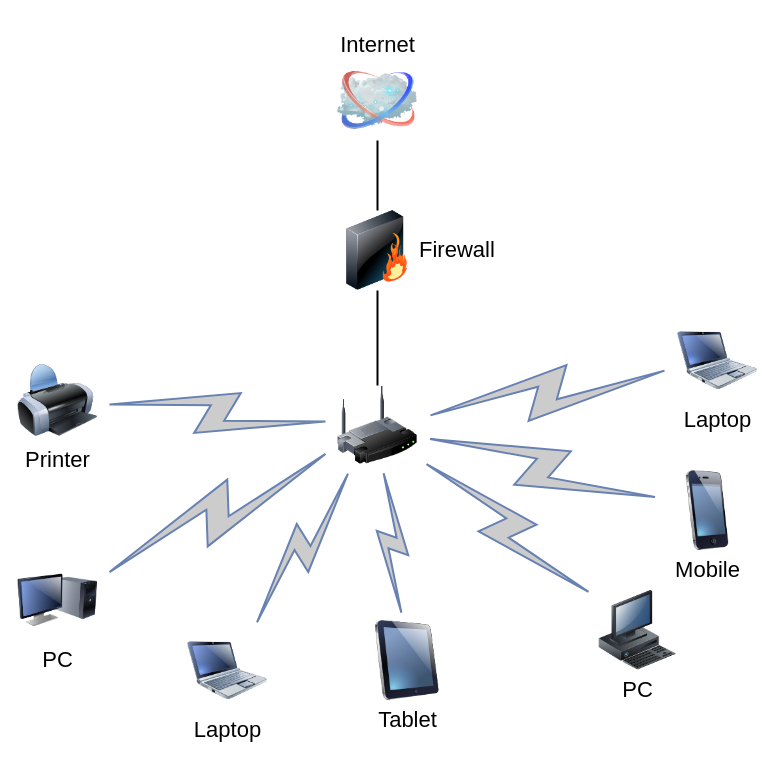
Before: Untitled Diagram.drawio in ASlob/devops-netology, a draw.io diagram. Source tidied: cells renumbered, new cells numbered last; positions are measured from the earlier drawing's top-left corner, leaving out a move shared by most shapes. Both pictures are drawn from the tidied source at 100%, with x=0, y=0 at pixel (17, 60).
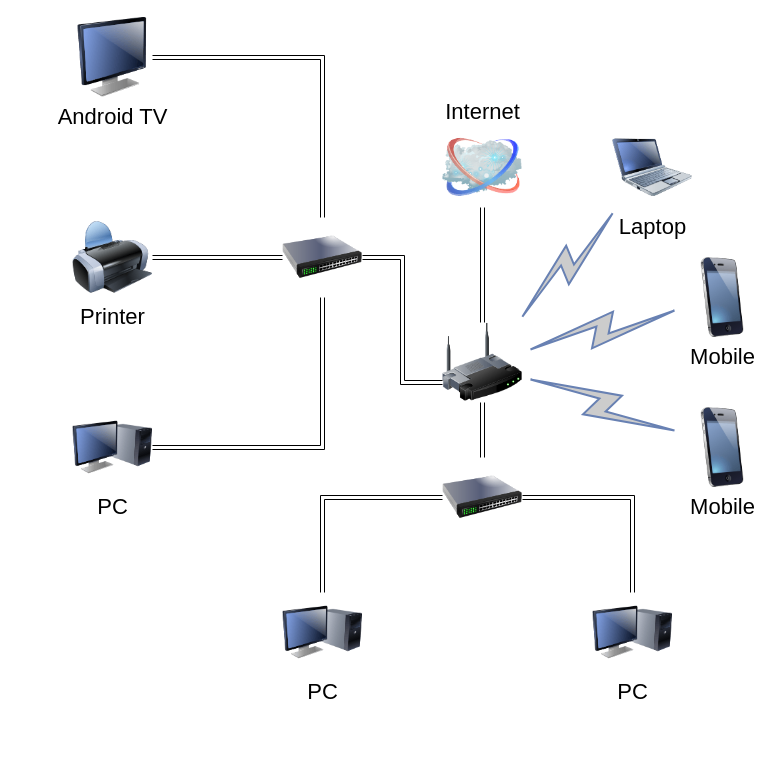
Above is the later version.

The edit, as a diff of the source:
```diff
@@
-    <mxCell id="2" style="edgeStyle=none;rounded=0;html=1;labelBackgroundColor=none;endArrow=none;strokeWidth=2;fontFamily=Verdana;fontSize=22;" parent="1" edge="1" source="3" target="6">
-      <mxGeometry relative="1" as="geometry" />
-    </mxCell>
     <mxCell id="3" style="image;html=1;labelBackgroundColor=#ffffff;image=img/lib/clip_art/networking/Wireless_Router_128x128.png;rounded=1;shadow=0;comic=0;strokeWidth=2;fontSize=22;" parent="1" vertex="1">
-      <mxGeometry x="320" y="325" width="80" height="80" as="geometry" />
+      <mxGeometry x="425" y="262" width="80" height="80" as="geometry" />
     </mxCell>
     <mxCell id="4" value="Internet" style="image;html=1;labelBackgroundColor=#ffffff;image=img/lib/clip_art/networking/Cloud_128x128.png;rounded=1;shadow=0;comic=0;strokeWidth=2;fontSize=22;labelPosition=center;verticalLabelPosition=top;align=center;verticalAlign=bottom;" parent="1" vertex="1">
-      <mxGeometry x="320" width="80" height="80" as="geometry" />
+      <mxGeometry x="425" y="67" width="80" height="80" as="geometry" />
     </mxCell>
-    <mxCell id="5" style="edgeStyle=none;rounded=0;html=1;labelBackgroundColor=none;endArrow=none;strokeWidth=2;fontFamily=Verdana;fontSize=22;" parent="1" edge="1" source="6" target="4">
-      <mxGeometry relative="1" as="geometry" />
-    </mxCell>
-    <mxCell id="6" value="Firewall" style="image;html=1;labelBackgroundColor=#ffffff;image=img/lib/clip_art/networking/Firewall_128x128.png;rounded=1;shadow=0;comic=0;strokeWidth=2;fontSize=22;labelPosition=right;verticalLabelPosition=middle;align=left;verticalAlign=middle;" parent="1" vertex="1">
-      <mxGeometry x="320" y="150" width="80" height="80" as="geometry" />
-    </mxCell>
-    <mxCell id="7" value="Tablet" style="image;html=1;labelBackgroundColor=#ffffff;image=img/lib/clip_art/computers/iPad_128x128.png;rounded=1;shadow=0;comic=0;strokeWidth=2;fontSize=22;" parent="1" vertex="1">
-      <mxGeometry x="350" y="560" width="80" height="80" as="geometry" />
-    </mxCell>
     <mxCell id="8" value="PC" style="image;html=1;labelBackgroundColor=#ffffff;image=img/lib/clip_art/computers/Monitor_Tower_128x128.png;rounded=1;shadow=0;comic=0;strokeWidth=2;fontSize=22;" parent="1" vertex="1">
-      <mxGeometry y="500" width="80" height="80" as="geometry" />
+      <mxGeometry x="265" y="532" width="80" height="80" as="geometry" />
     </mxCell>
+    <mxCell id="21" style="edgeStyle=orthogonalEdgeStyle;shape=link;rounded=0;jettySize=auto;html=1;fontSize=22;" parent="1" edge="1" source="9" target="24">
+      <mxGeometry relative="1" as="geometry" />
+    </mxCell>
     <mxCell id="9" value="Printer" style="image;html=1;labelBackgroundColor=#ffffff;image=img/lib/clip_art/computers/Printer_128x128.png;rounded=1;shadow=0;comic=0;strokeWidth=2;fontSize=22;" parent="1" vertex="1">
-      <mxGeometry y="300" width="80" height="80" as="geometry" />
+      <mxGeometry x="55" y="157" width="80" height="80" as="geometry" />
     </mxCell>
-    <mxCell id="10" value="PC" style="image;html=1;labelBackgroundColor=#ffffff;image=img/lib/clip_art/computers/Workstation_128x128.png;rounded=1;shadow=0;comic=0;strokeWidth=2;fontSize=22;" parent="1" vertex="1">
-      <mxGeometry x="580" y="530" width="80" height="80" as="geometry" />
-    </mxCell>
     <mxCell id="11" value="Mobile" style="image;html=1;labelBackgroundColor=#ffffff;image=img/lib/clip_art/telecommunication/iPhone_128x128.png;rounded=1;shadow=0;comic=0;strokeWidth=2;fontSize=22;" parent="1" vertex="1">
-      <mxGeometry x="650" y="410" width="80" height="80" as="geometry" />
+      <mxGeometry x="665" y="197" width="80" height="80" as="geometry" />
     </mxCell>
     <mxCell id="12" value="Laptop" style="image;html=1;labelBackgroundColor=#ffffff;image=img/lib/clip_art/computers/Netbook_128x128.png;rounded=1;shadow=0;comic=0;strokeColor=#000000;strokeWidth=2;fillColor=#FFFFFF;fontSize=22;fontColor=#000000;" parent="1" vertex="1">
-      <mxGeometry x="660" y="260" width="80" height="80" as="geometry" />
+      <mxGeometry x="595" y="67" width="80" height="80" as="geometry" />
     </mxCell>
-    <mxCell id="13" value="Laptop" style="image;html=1;labelBackgroundColor=#ffffff;image=img/lib/clip_art/computers/Netbook_128x128.png;rounded=1;shadow=0;comic=0;strokeWidth=2;fontSize=22;" parent="1" vertex="1">
-      <mxGeometry x="170" y="570" width="80" height="80" as="geometry" />
-    </mxCell>
-    <mxCell id="14" style="html=1;fillColor=#CCCCCC;strokeColor=#6881B3;gradientColor=none;gradientDirection=north;strokeWidth=2;shape=mxgraph.networks.comm_link_edge;html=1;labelBackgroundColor=none;endArrow=none;fontFamily=Verdana;fontSize=22;fontColor=#000000;" parent="1" edge="1" source="9" target="3">
-      <mxGeometry relative="1" as="geometry" />
-    </mxCell>
-    <mxCell id="15" style="html=1;fillColor=#CCCCCC;strokeColor=#6881B3;gradientColor=none;gradientDirection=north;strokeWidth=2;shape=mxgraph.networks.comm_link_edge;html=1;labelBackgroundColor=none;endArrow=none;fontFamily=Verdana;fontSize=22;fontColor=#000000;fontStyle=1;" parent="1" edge="1" source="8" target="3">
-      <mxGeometry relative="1" as="geometry" />
-    </mxCell>
-    <mxCell id="16" style="html=1;fillColor=#CCCCCC;strokeColor=#6881B3;gradientColor=none;gradientDirection=north;strokeWidth=2;shape=mxgraph.networks.comm_link_edge;html=1;labelBackgroundColor=none;endArrow=none;fontFamily=Verdana;fontSize=22;fontColor=#000000;" parent="1" edge="1" source="13" target="3">
-      <mxGeometry relative="1" as="geometry" />
-    </mxCell>
-    <mxCell id="17" style="html=1;fillColor=#CCCCCC;strokeColor=#6881B3;gradientColor=none;gradientDirection=north;strokeWidth=2;shape=mxgraph.networks.comm_link_edge;html=1;labelBackgroundColor=none;endArrow=none;fontFamily=Verdana;fontSize=22;fontColor=#000000;" parent="1" edge="1" source="7" target="3">
-      <mxGeometry relative="1" as="geometry" />
-    </mxCell>
-    <mxCell id="18" style="html=1;fillColor=#CCCCCC;strokeColor=#6881B3;gradientColor=none;gradientDirection=north;strokeWidth=2;shape=mxgraph.networks.comm_link_edge;html=1;labelBackgroundColor=none;endArrow=none;fontFamily=Verdana;fontSize=22;fontColor=#000000;" parent="1" edge="1" source="10" target="3">
-      <mxGeometry relative="1" as="geometry" />
-    </mxCell>
@@
+    <mxCell id="22" style="shape=link;html=1;rounded=0;edgeStyle=orthogonalEdgeStyle;" parent="1" edge="1" source="3" target="4">
+      <mxGeometry relative="1" as="geometry" />
+    </mxCell>
+    <mxCell id="23" style="edgeStyle=orthogonalEdgeStyle;shape=link;rounded=0;jettySize=auto;html=1;entryX=0;entryY=0.75;entryDx=0;entryDy=0;fontSize=22;" parent="1" edge="1" source="24" target="3">
+      <mxGeometry relative="1" as="geometry" />
+    </mxCell>
+    <mxCell id="24" style="image;html=1;image=img/lib/clip_art/networking/Switch_128x128.png;" parent="1" vertex="1">
+      <mxGeometry x="265" y="157" width="80" height="80" as="geometry" />
+    </mxCell>
+    <mxCell id="25" style="edgeStyle=orthogonalEdgeStyle;shape=link;rounded=0;jettySize=auto;html=1;fontSize=22;" parent="1" edge="1" source="26" target="24">
+      <mxGeometry relative="1" as="geometry" />
+    </mxCell>
+    <mxCell id="26" value="PC" style="image;html=1;labelBackgroundColor=#ffffff;image=img/lib/clip_art/computers/Monitor_Tower_128x128.png;rounded=1;shadow=0;comic=0;strokeWidth=2;fontSize=22;" parent="1" vertex="1">
+      <mxGeometry x="55" y="347" width="80" height="80" as="geometry" />
+    </mxCell>
+    <mxCell id="27" style="edgeStyle=orthogonalEdgeStyle;shape=link;rounded=0;jettySize=auto;html=1;fontSize=22;" parent="1" edge="1" source="28" target="24">
+      <mxGeometry relative="1" as="geometry" />
+    </mxCell>
+    <mxCell id="28" value="&lt;div style=&quot;font-size: 22px;&quot;&gt;Android TV&lt;/div&gt;" style="image;html=1;image=img/lib/clip_art/computers/Monitor_128x128.png;fontSize=22;" parent="1" vertex="1">
+      <mxGeometry x="55" y="-43" width="80" height="80" as="geometry" />
+    </mxCell>
+    <mxCell id="29" value="PC" style="image;html=1;labelBackgroundColor=#ffffff;image=img/lib/clip_art/computers/Monitor_Tower_128x128.png;rounded=1;shadow=0;comic=0;strokeWidth=2;fontSize=22;" parent="1" vertex="1">
+      <mxGeometry x="575" y="532" width="80" height="80" as="geometry" />
+    </mxCell>
+    <mxCell id="30" value="Mobile" style="image;html=1;labelBackgroundColor=#ffffff;image=img/lib/clip_art/telecommunication/iPhone_128x128.png;rounded=1;shadow=0;comic=0;strokeWidth=2;fontSize=22;" parent="1" vertex="1">
+      <mxGeometry x="665" y="347" width="80" height="80" as="geometry" />
+    </mxCell>
+    <mxCell id="31" style="html=1;fillColor=#CCCCCC;strokeColor=#6881B3;gradientColor=none;gradientDirection=north;strokeWidth=2;shape=mxgraph.networks.comm_link_edge;html=1;labelBackgroundColor=none;endArrow=none;fontFamily=Verdana;fontSize=22;fontColor=#000000;" parent="1" edge="1" source="30" target="3">
+      <mxGeometry relative="1" as="geometry" />
+    </mxCell>
+    <mxCell id="32" style="edgeStyle=orthogonalEdgeStyle;shape=link;rounded=0;jettySize=auto;html=1;fontSize=22;" parent="1" edge="1" source="35" target="3">
+      <mxGeometry relative="1" as="geometry" />
+    </mxCell>
+    <mxCell id="33" style="edgeStyle=orthogonalEdgeStyle;shape=link;rounded=0;jettySize=auto;html=1;entryX=0.5;entryY=0;entryDx=0;entryDy=0;fontSize=22;" parent="1" edge="1" source="35" target="8">
+      <mxGeometry relative="1" as="geometry" />
+    </mxCell>
+    <mxCell id="34" style="edgeStyle=orthogonalEdgeStyle;shape=link;rounded=0;jettySize=auto;html=1;entryX=0.5;entryY=0;entryDx=0;entryDy=0;fontSize=22;" parent="1" edge="1" source="35" target="29">
+      <mxGeometry relative="1" as="geometry" />
+    </mxCell>
+    <mxCell id="35" style="image;html=1;image=img/lib/clip_art/networking/Switch_128x128.png;" parent="1" vertex="1">
+      <mxGeometry x="425" y="397" width="80" height="80" as="geometry" />
+    </mxCell>
```
